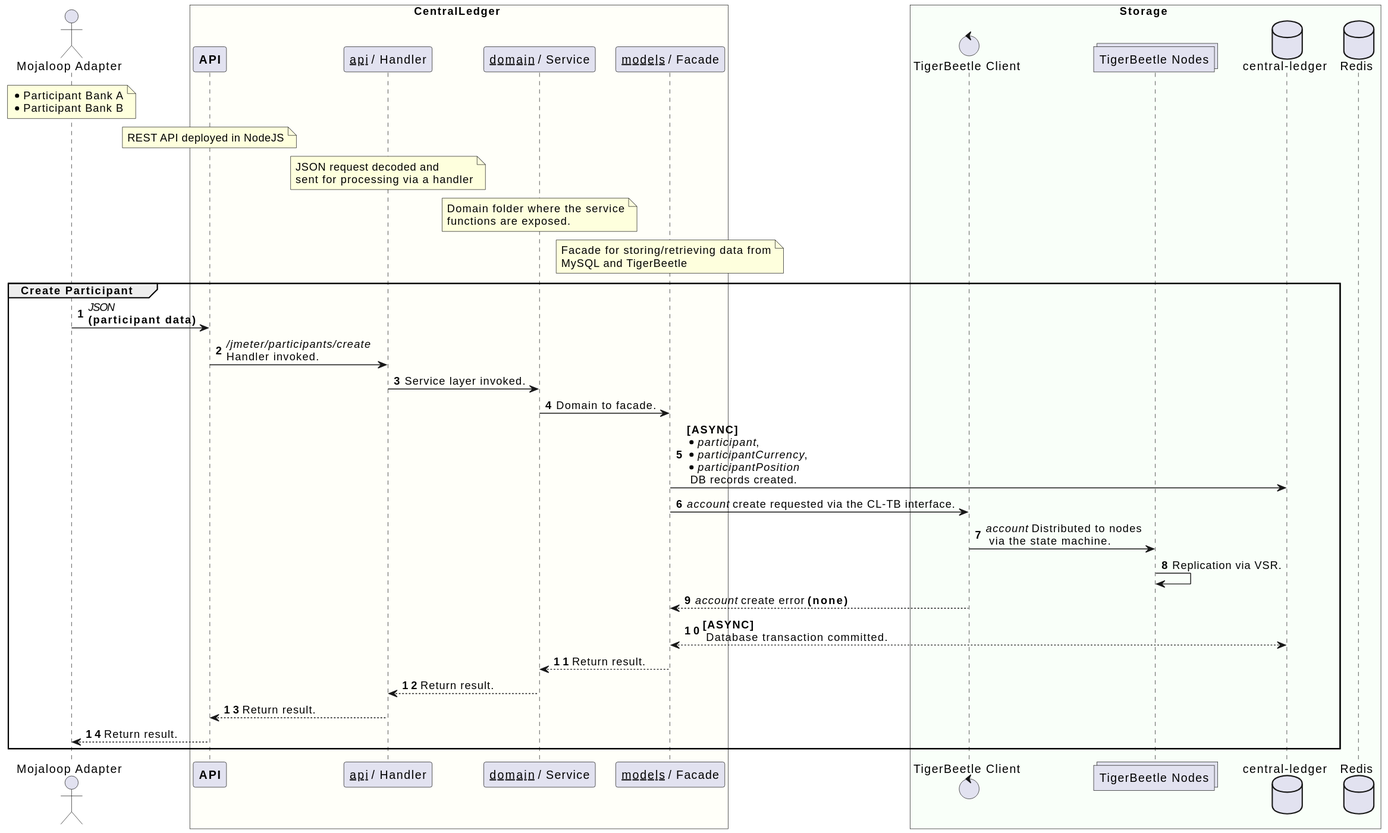
The PlantUML diagram solution_design/sequence-participant-tb-enabled-create.svg in coilhq/mucoa, before a commit.
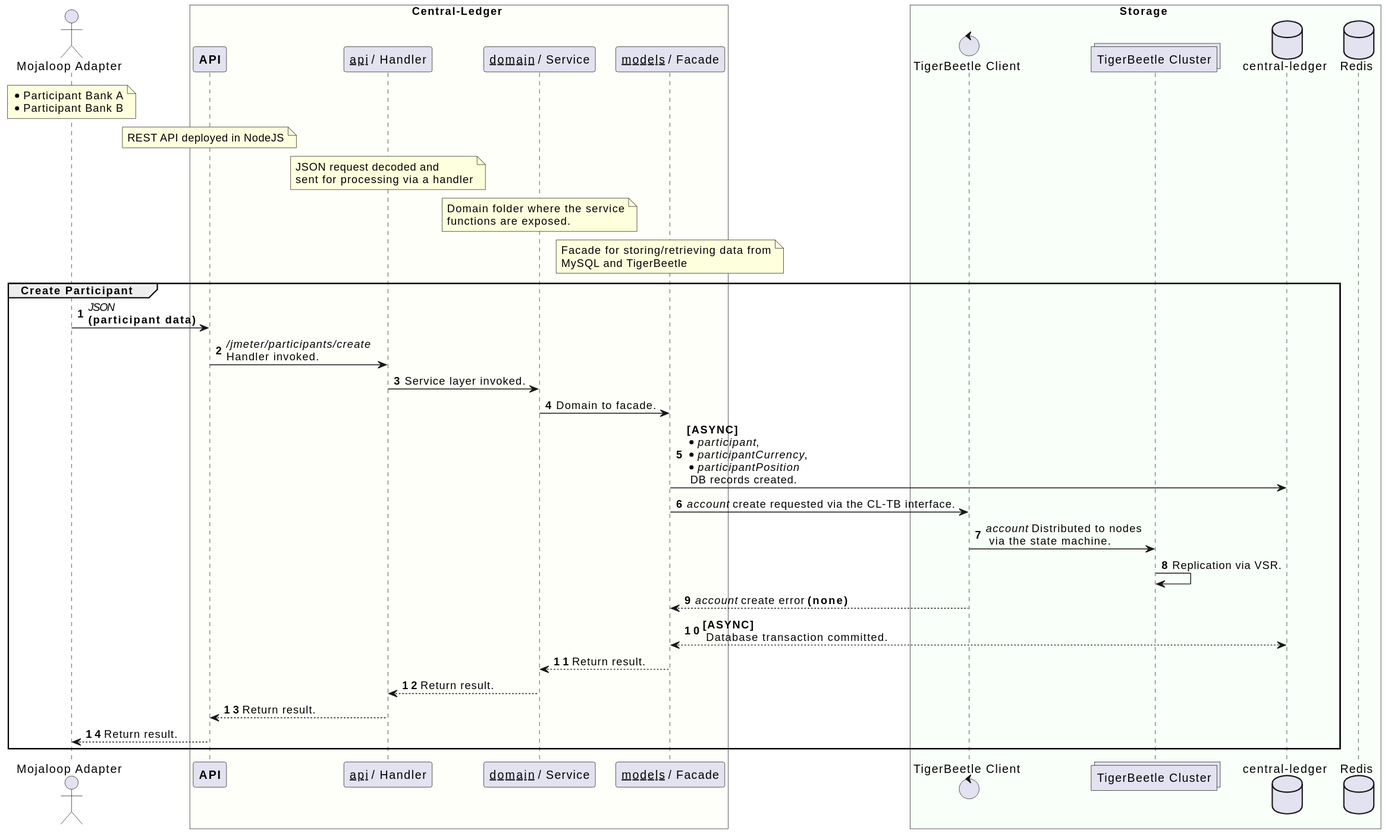
After the commit.

The edit, as a diff of the source:
```diff
@@ -6,7 +6,7 @@
     * Participant Bank B
 end note
 
-box CentralLedger #FFFFF9
+box Central-Ledger #FFFFF9
     participant "**API**" as cl_api
     participant "__api__ / Handler" as cl_handler
     participant "__domain__ / Service" as cl_domain
@@ -34,7 +34,7 @@
 
 box Storage #F9FFF9
 	control "TigerBeetle Client" as tb_client
-	collections "TigerBeetle Nodes" as tb_nodes
+	collections "TigerBeetle Cluster" as tb_nodes
 	database "central-ledger" as cl_db
 	database "Redis" as redis_cache
 end box
```
